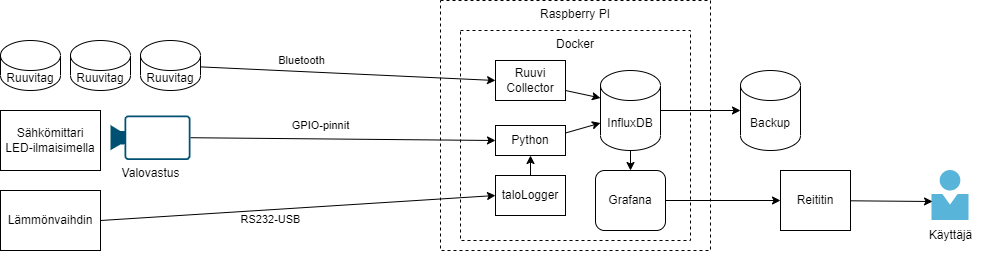
Earlier version of the draw.io export diagrams/Talonvalvonta.png (galigula2/Talonvalvonta). Source tidied: cells renumbered, new cells last; positions are measured from the earlier drawing's top-left corner, leaving out a move shared by most shapes.
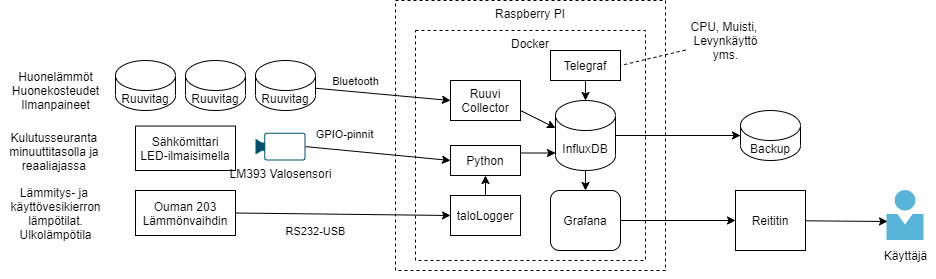
After the commit.

What changed in the source:
```diff
@@ -3,16 +3,16 @@
     <mxCell id="0" />
     <mxCell id="1" parent="0" />
     <mxCell id="2" value="&lt;span&gt;Raspberry PI&lt;/span&gt;" style="rounded=0;whiteSpace=wrap;html=1;dashed=1;align=center;verticalAlign=top;" parent="1" vertex="1">
-      <mxGeometry x="440" width="270" height="250" as="geometry" />
+      <mxGeometry x="440" y="-20" width="270" height="270" as="geometry" />
     </mxCell>
     <mxCell id="3" value="&lt;span&gt;Docker&lt;/span&gt;" style="rounded=0;whiteSpace=wrap;html=1;dashed=1;align=center;verticalAlign=top;" parent="1" vertex="1">
-      <mxGeometry x="460" y="30" width="230" height="210" as="geometry" />
+      <mxGeometry x="460" y="10" width="230" height="230" as="geometry" />
     </mxCell>
     <mxCell id="4" style="edgeStyle=orthogonalEdgeStyle;rounded=0;jettySize=auto;html=1;entryX=0;entryY=0.5;entryDx=0;entryDy=0;entryPerimeter=0;" parent="1" edge="1" source="5" target="8">
       <mxGeometry relative="1" as="geometry" />
     </mxCell>
     <mxCell id="5" value="InfluxDB" style="shape=cylinder3;whiteSpace=wrap;html=1;boundedLbl=1;backgroundOutline=1;size=15;" parent="1" vertex="1">
-      <mxGeometry x="600" y="70" width="60" height="80" as="geometry" />
+      <mxGeometry x="600" y="80" width="60" height="70" as="geometry" />
     </mxCell>
     <mxCell id="6" style="edgeStyle=none;rounded=0;jettySize=auto;html=1;" parent="1" edge="1" source="7" target="27">
       <mxGeometry relative="1" as="geometry" />
@@ -21,7 +21,7 @@
       <mxGeometry x="595" y="170" width="70" height="60" as="geometry" />
     </mxCell>
     <mxCell id="8" value="Backup" style="shape=cylinder3;whiteSpace=wrap;html=1;boundedLbl=1;backgroundOutline=1;size=15;" parent="1" vertex="1">
-      <mxGeometry x="740" y="70" width="60" height="80" as="geometry" />
+      <mxGeometry x="785" y="90" width="60" height="50" as="geometry" />
     </mxCell>
     <mxCell id="9" style="edgeStyle=none;rounded=0;jettySize=auto;html=1;entryX=0;entryY=0;entryDx=0;entryDy=52.5;entryPerimeter=0;exitX=1;exitY=0.25;exitDx=0;exitDy=0;" parent="1" edge="1" source="10" target="5">
       <mxGeometry relative="1" as="geometry" />
@@ -34,31 +34,31 @@
     </mxCell>
     <mxCell id="12" value="Bluetooth" style="edgeLabel;html=1;align=center;verticalAlign=middle;" parent="11" vertex="1">
       <mxGeometry x="-0.44" y="-1" relative="1" as="geometry">
-        <mxPoint x="19" y="-12" as="offset" />
+        <mxPoint x="2" y="-12" as="offset" />
       </mxGeometry>
     </mxCell>
     <mxCell id="13" value="Ruuvitag" style="shape=cylinder3;whiteSpace=wrap;html=1;boundedLbl=1;backgroundOutline=1;size=15;align=center;verticalAlign=middle;" parent="1" vertex="1">
-      <mxGeometry x="140" y="40" width="60" height="50" as="geometry" />
+      <mxGeometry x="300" y="40" width="60" height="50" as="geometry" />
     </mxCell>
     <mxCell id="14" value="Sähkömittari&lt;br&gt;LED-ilmaisimella" style="rounded=0;whiteSpace=wrap;html=1;align=center;verticalAlign=middle;" parent="1" vertex="1">
-      <mxGeometry y="110" width="100" height="60" as="geometry" />
+      <mxGeometry x="180" y="105.6" width="100" height="44.4" as="geometry" />
     </mxCell>
     <mxCell id="15" value="Ruuvitag" style="shape=cylinder3;whiteSpace=wrap;html=1;boundedLbl=1;backgroundOutline=1;size=15;align=center;verticalAlign=middle;" parent="1" vertex="1">
-      <mxGeometry x="70" y="40" width="60" height="50" as="geometry" />
+      <mxGeometry x="230" y="40" width="60" height="50" as="geometry" />
     </mxCell>
     <mxCell id="16" value="Ruuvitag" style="shape=cylinder3;whiteSpace=wrap;html=1;boundedLbl=1;backgroundOutline=1;size=15;align=center;verticalAlign=middle;" parent="1" vertex="1">
-      <mxGeometry y="40" width="60" height="50" as="geometry" />
+      <mxGeometry x="160" y="40" width="60" height="50" as="geometry" />
     </mxCell>
     <mxCell id="17" style="rounded=0;jettySize=auto;html=1;entryX=0;entryY=0.5;entryDx=0;entryDy=0;exitX=1;exitY=0.5;exitDx=0;exitDy=0;exitPerimeter=0;" parent="1" edge="1" source="19" target="10">
       <mxGeometry relative="1" as="geometry" />
     </mxCell>
     <mxCell id="18" value="GPIO-pinnit" style="edgeLabel;html=1;align=center;verticalAlign=middle;" parent="17" vertex="1">
       <mxGeometry x="-0.44" y="-1" relative="1" as="geometry">
-        <mxPoint x="45" y="-14" as="offset" />
+        <mxPoint x="-2" y="-17" as="offset" />
       </mxGeometry>
     </mxCell>
-    <mxCell id="19" value="Valovastus" style="points=[[0,0.5,0],[0.19,0.02,0],[0.59,0,0],[0.985,0.02,0],[1,0.5,0],[0.985,0.98,0],[0.59,1,0],[0.19,0.98,0]];verticalLabelPosition=bottom;html=1;verticalAlign=top;align=center;shape=mxgraph.cisco19.camera;fillColor=#005073;strokeColor=none;" parent="1" vertex="1">
-      <mxGeometry x="110" y="115" width="80" height="44.4" as="geometry" />
+    <mxCell id="19" value="LM393 Valosensori" style="points=[[0,0.5,0],[0.19,0.02,0],[0.59,0,0],[0.985,0.02,0],[1,0.5,0],[0.985,0.98,0],[0.59,1,0],[0.19,0.98,0]];verticalLabelPosition=bottom;html=1;verticalAlign=top;align=center;shape=mxgraph.cisco19.camera;fillColor=#005073;strokeColor=none;" parent="1" vertex="1">
+      <mxGeometry x="300" y="112.2" width="50" height="27.8" as="geometry" />
     </mxCell>
     <mxCell id="20" style="edgeStyle=orthogonalEdgeStyle;rounded=0;jettySize=auto;html=1;entryX=0.5;entryY=0;entryDx=0;entryDy=0;" parent="1" edge="1" target="7">
       <mxGeometry relative="1" as="geometry">
@@ -68,15 +68,15 @@
     <mxCell id="21" style="html=1;points=[];align=center;image;fontSize=12;image=img/lib/mscae/Person.svg;" parent="1" vertex="1">
       <mxGeometry x="931.5" y="170" width="37" height="50" as="geometry" />
     </mxCell>
-    <mxCell id="22" value="Lämmönvaihdin" style="rounded=0;whiteSpace=wrap;html=1;align=center;verticalAlign=middle;" parent="1" vertex="1">
-      <mxGeometry y="190" width="100" height="60" as="geometry" />
+    <mxCell id="22" value="Ouman 203&lt;br&gt;Lämmönvaihdin" style="rounded=0;whiteSpace=wrap;html=1;align=center;verticalAlign=middle;" parent="1" vertex="1">
+      <mxGeometry x="180" y="170" width="100" height="45" as="geometry" />
     </mxCell>
     <mxCell id="23" style="rounded=0;jettySize=auto;html=1;exitX=1;exitY=0.5;exitDx=0;exitDy=0;entryX=0;entryY=0.5;entryDx=0;entryDy=0;" parent="1" edge="1" source="22" target="29">
       <mxGeometry relative="1" as="geometry" />
     </mxCell>
     <mxCell id="24" value="RS232-USB" style="edgeLabel;html=1;align=center;verticalAlign=middle;" parent="23" vertex="1">
       <mxGeometry x="-0.44" y="-1" relative="1" as="geometry">
-        <mxPoint x="60" y="5" as="offset" />
+        <mxPoint x="20" y="16" as="offset" />
       </mxGeometry>
     </mxCell>
     <mxCell id="25" value="Käyttäjä" style="text;html=1;align=center;verticalAlign=middle;strokeColor=none;" parent="1" vertex="1">
@@ -103,5 +103,26 @@
     <mxCell id="32" style="edgeStyle=none;rounded=0;orthogonalLoop=1;jettySize=auto;html=1;exitX=0.5;exitY=1;exitDx=0;exitDy=0;" parent="1" edge="1" source="2" target="2">
       <mxGeometry relative="1" as="geometry" />
     </mxCell>
+    <mxCell id="33" value="Telegraf" style="rounded=0;whiteSpace=wrap;html=1;align=center;verticalAlign=middle;" parent="1" vertex="1">
+      <mxGeometry x="595" y="30" width="70" height="30" as="geometry" />
+    </mxCell>
+    <mxCell id="34" style="edgeStyle=none;rounded=0;jettySize=auto;html=1;entryX=0.5;entryY=0;entryDx=0;entryDy=0;entryPerimeter=0;exitX=0.5;exitY=1;exitDx=0;exitDy=0;" parent="1" edge="1" source="33" target="5">
+      <mxGeometry relative="1" as="geometry" />
+    </mxCell>
+    <mxCell id="35" value="Huonelämmöt&lt;br&gt;Huonekosteudet&lt;br&gt;Ilmanpaineet" style="text;html=1;align=center;verticalAlign=middle;strokeColor=none;" parent="1" vertex="1">
+      <mxGeometry x="50" y="45" width="100" height="50" as="geometry" />
+    </mxCell>
+    <mxCell id="36" value="Kulutusseuranta &lt;br&gt;minuuttitasolla ja &lt;br&gt;reaaliajassa&amp;nbsp;" style="text;html=1;align=center;verticalAlign=middle;strokeColor=none;" parent="1" vertex="1">
+      <mxGeometry x="50" y="105.6" width="100" height="50" as="geometry" />
+    </mxCell>
+    <mxCell id="37" value="Lämmitys- ja &lt;br&gt;käyttövesikierron&lt;br&gt;lämpötilat.&lt;br&gt;Ulkolämpötila" style="text;html=1;align=center;verticalAlign=middle;strokeColor=none;" parent="1" vertex="1">
+      <mxGeometry x="45" y="162.5" width="110" height="60" as="geometry" />
+    </mxCell>
+    <mxCell id="38" style="edgeStyle=none;html=1;entryX=1;entryY=0.5;entryDx=0;entryDy=0;dashed=1;endArrow=none;endFill=0;" parent="1" edge="1" source="39" target="33">
+      <mxGeometry relative="1" as="geometry" />
+    </mxCell>
+    <mxCell id="39" value="CPU, Muisti, &lt;br&gt;Levynkäyttö&lt;br&gt;yms." style="text;html=1;align=center;verticalAlign=middle;points=[];strokeColor=none;" parent="1" vertex="1">
+      <mxGeometry x="730" y="-5" width="80" height="50" as="geometry" />
+    </mxCell>
   </root>
 </mxGraphModel>
```
